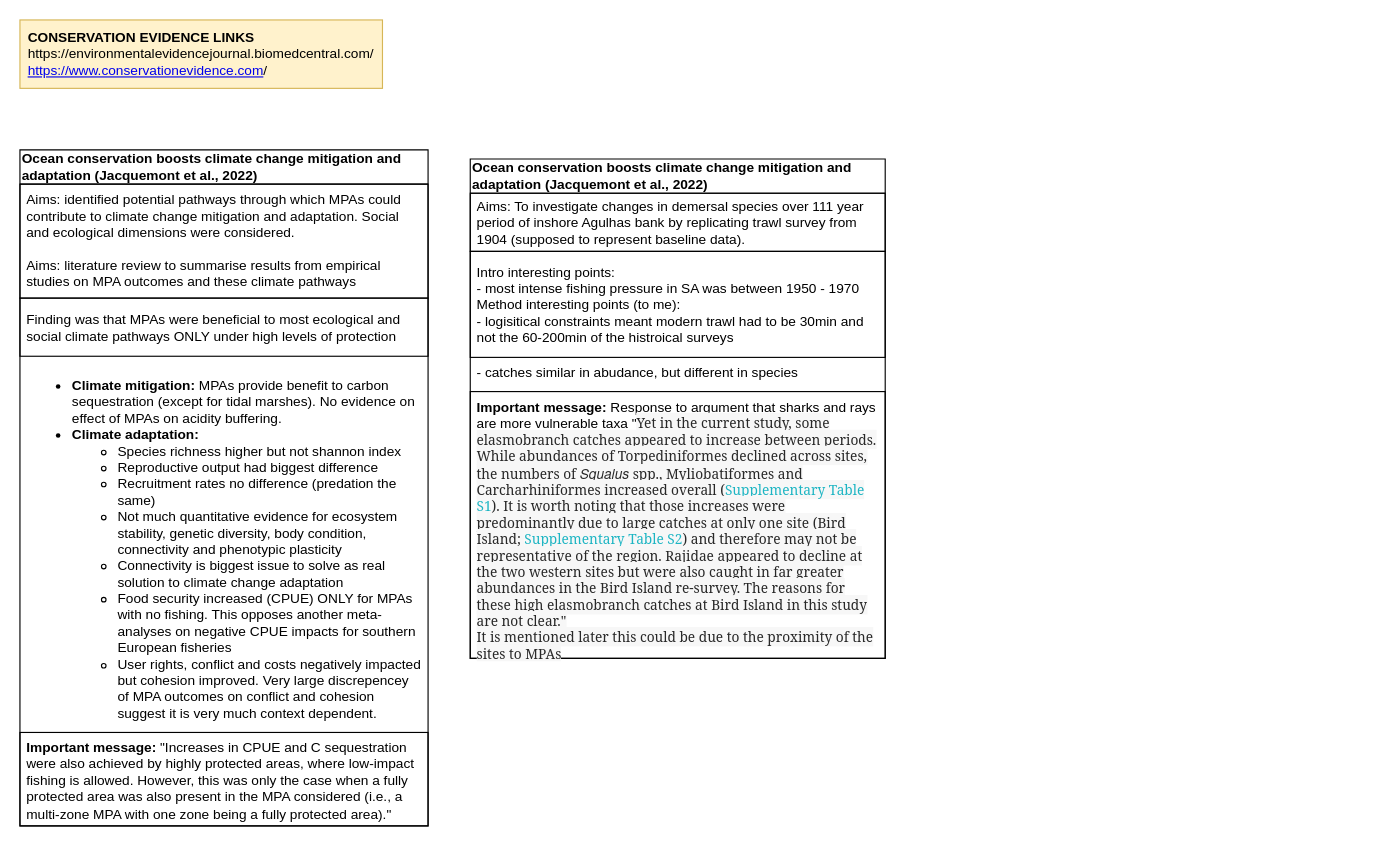
Before: litteraturereview.drawio in ninzyfb/ninzyfb, a draw.io diagram. Source tidied: cells renumbered, new cells numbered last; positions are measured from the earlier drawing's top-left corner, leaving out a move shared by most shapes. Both pictures are drawn from the tidied source at 114%, with x=0, y=0 at pixel (19, 19).
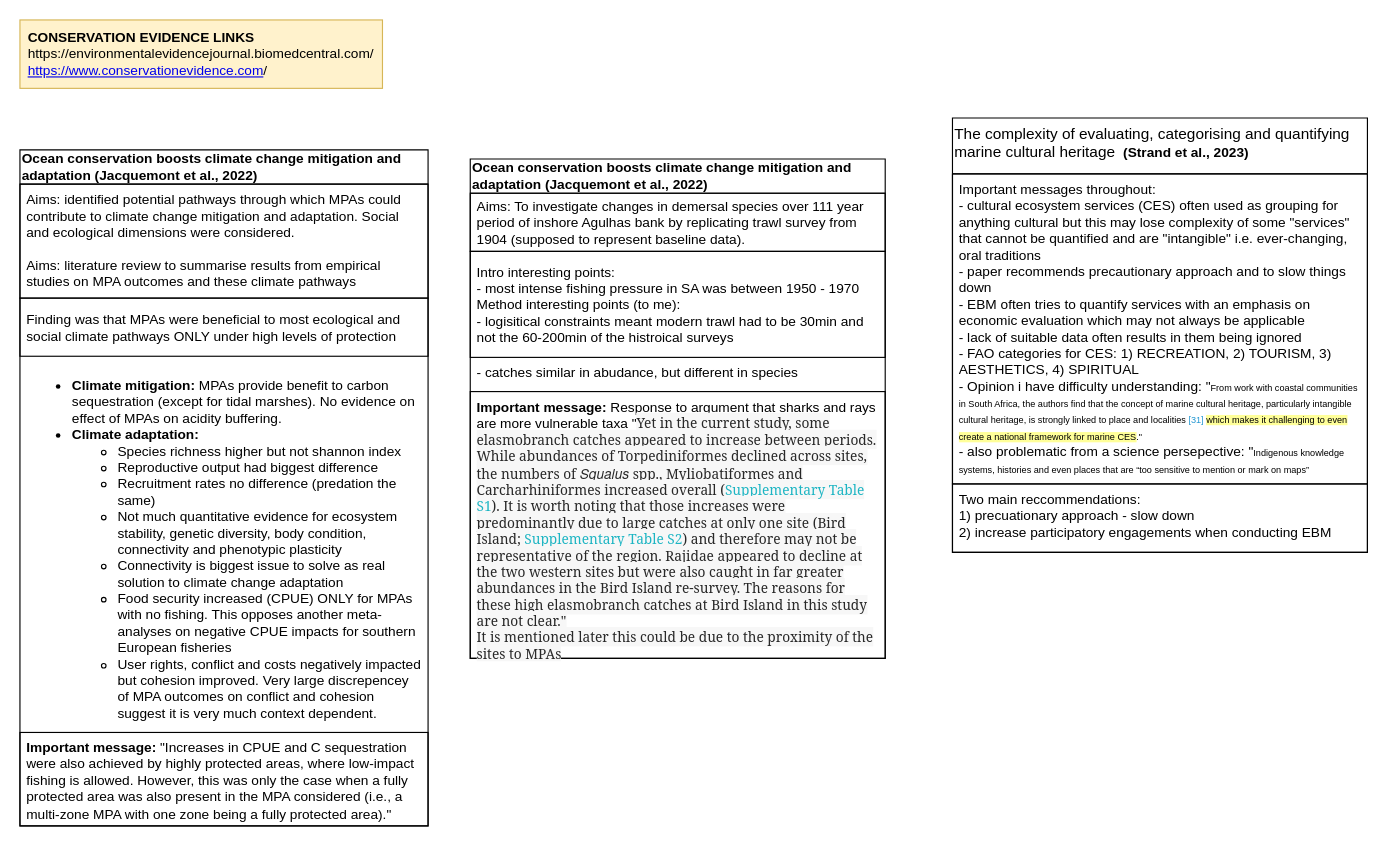
The same diagram, later.

Diff of the diagram source:
```diff
@@
 <mxGraphModel>
   <root>
     <mxCell id="0" />
     <mxCell id="1" parent="0" />
     <mxCell id="2" value="&lt;b&gt;Ocean conservation boosts climate change mitigation and adaptation (Jacquemont et al., 2022)&lt;/b&gt;" style="swimlane;fontStyle=0;horizontal=1;startSize=30;whiteSpace=wrap;html=1;align=left;" parent="1" vertex="1">
       <mxGeometry y="114" width="358" height="593" as="geometry" />
     </mxCell>
     <mxCell id="3" value="Aims: identified potential pathways through which MPAs could contribute to climate change mitigation and adaptation. Social and ecological dimensions were considered.&lt;br&gt;&lt;br&gt;Aims: literature review to summarise results from empirical studies on MPA outcomes and these climate pathways" style="text;strokeColor=default;fillColor=none;align=left;verticalAlign=middle;spacingLeft=4;spacingRight=4;overflow=hidden;whiteSpace=wrap;html=1;shadow=0;" parent="2" vertex="1">
       <mxGeometry y="30" width="358" height="100" as="geometry" />
     </mxCell>
     <mxCell id="4" value="Finding was that MPAs were beneficial to most ecological and social climate pathways ONLY under high levels of protection" style="text;strokeColor=default;fillColor=none;align=left;verticalAlign=middle;spacingLeft=4;spacingRight=4;overflow=hidden;whiteSpace=wrap;html=1;" parent="2" vertex="1">
       <mxGeometry y="130" width="358" height="51" as="geometry" />
     </mxCell>
     <mxCell id="5" value="&lt;ul&gt;&lt;li&gt;&lt;b&gt;Climate mitigation: &lt;/b&gt;MPAs provide benefit to carbon sequestration (except for tidal marshes). No evidence on effect of MPAs on acidity buffering.&lt;/li&gt;&lt;li&gt;&lt;b&gt;Climate adaptation:&amp;nbsp;&lt;/b&gt;&lt;/li&gt;&lt;ul&gt;&lt;li&gt;Species richness higher but not shannon index&lt;/li&gt;&lt;li&gt;Reproductive output had biggest difference&lt;/li&gt;&lt;li&gt;Recruitment rates no difference (predation the same)&lt;/li&gt;&lt;li&gt;Not much quantitative evidence for ecosystem stability, genetic diversity, body condition, connectivity and phenotypic plasticity&lt;/li&gt;&lt;li&gt;Connectivity is biggest issue to solve as real solution to climate change adaptation&lt;/li&gt;&lt;li&gt;Food security increased (CPUE) ONLY for MPAs with no fishing. This opposes another meta-analyses on negative CPUE impacts for southern European fisheries&lt;/li&gt;&lt;li&gt;User rights, conflict and costs negatively impacted but cohesion improved. Very large discrepencey of MPA outcomes on conflict and cohesion suggest it is very much context dependent.&lt;/li&gt;&lt;/ul&gt;&lt;/ul&gt;" style="text;strokeColor=none;fillColor=none;align=left;verticalAlign=top;spacingLeft=4;spacingRight=4;overflow=hidden;whiteSpace=wrap;html=1;labelPosition=center;verticalLabelPosition=middle;" parent="2" vertex="1">
       <mxGeometry y="181" width="358" height="330" as="geometry" />
     </mxCell>
     <mxCell id="6" value="&lt;b&gt;Important message:&lt;/b&gt; &quot;Increases in CPUE and C sequestration were also achieved by highly protected areas, where low-impact fishing is allowed. However, this was only the case when a fully protected area was also present in the MPA considered (i.e., a multi-zone MPA with one zone being a fully protected area).&quot;" style="text;strokeColor=default;fillColor=none;align=left;verticalAlign=top;spacingLeft=4;spacingRight=4;overflow=hidden;whiteSpace=wrap;html=1;labelPosition=center;verticalLabelPosition=middle;" parent="2" vertex="1">
       <mxGeometry y="511" width="358" height="82" as="geometry" />
     </mxCell>
     <mxCell id="7" value="&lt;div style=&quot;text-align: left;&quot;&gt;&lt;b style=&quot;background-color: initial;&quot;&gt;CONSERVATION EVIDENCE LINKS&lt;/b&gt;&lt;/div&gt;&lt;div style=&quot;text-align: left;&quot;&gt;&lt;span style=&quot;background-color: initial;&quot;&gt;https://environmentalevidencejournal.biomedcentral.com/&lt;/span&gt;&lt;/div&gt;&lt;div style=&quot;text-align: left;&quot;&gt;&lt;a style=&quot;background-color: initial; font-family: Calibri; text-size-adjust: auto;&quot; title=&quot;https://www.conservationevidence.com/&quot; target=&quot;_blank&quot; href=&quot;https://www.conservationevidence.com/&quot;&gt;https://www.conservationevidence.com&lt;/a&gt;/&lt;/div&gt;" style="rounded=0;whiteSpace=wrap;html=1;fillColor=#fff2cc;strokeColor=#d6b656;" parent="1" vertex="1">
       <mxGeometry width="318" height="60" as="geometry" />
     </mxCell>
     <mxCell id="8" value="&lt;b&gt;Ocean conservation boosts climate change mitigation and adaptation (Jacquemont et al., 2022)&lt;/b&gt;" style="swimlane;fontStyle=0;horizontal=1;startSize=30;whiteSpace=wrap;html=1;align=left;" parent="1" vertex="1">
       <mxGeometry x="395" y="122" width="364" height="438" as="geometry" />
     </mxCell>
     <mxCell id="9" value="Aims: To investigate changes in demersal species over 111 year period of inshore Agulhas bank by replicating trawl survey from 1904 (supposed to represent baseline data)." style="text;strokeColor=default;fillColor=none;align=left;verticalAlign=middle;spacingLeft=4;spacingRight=4;overflow=hidden;whiteSpace=wrap;html=1;shadow=0;" parent="8" vertex="1">
       <mxGeometry y="30" width="364" height="51" as="geometry" />
     </mxCell>
     <mxCell id="10" value="Intro interesting points:&lt;br&gt;- most intense fishing pressure in SA was between 1950 - 1970&lt;br&gt;Method interesting points (to me):&lt;br&gt;- logisitical constraints meant modern trawl had to be 30min and not the 60-200min of the histroical surveys&lt;br&gt;" style="text;strokeColor=default;fillColor=none;align=left;verticalAlign=middle;spacingLeft=4;spacingRight=4;overflow=hidden;whiteSpace=wrap;html=1;" parent="8" vertex="1">
       <mxGeometry y="81" width="364" height="93" as="geometry" />
     </mxCell>
     <mxCell id="11" value="&lt;div&gt;- catches similar in abudance, but different in species&lt;/div&gt;" style="text;strokeColor=none;fillColor=none;align=left;verticalAlign=top;spacingLeft=4;spacingRight=4;overflow=hidden;whiteSpace=wrap;html=1;labelPosition=center;verticalLabelPosition=middle;" parent="8" vertex="1">
       <mxGeometry y="174" width="364" height="30" as="geometry" />
     </mxCell>
     <mxCell id="12" value="&lt;font style=&quot;font-size: 12px;&quot;&gt;&lt;b&gt;Important message:&lt;/b&gt;&amp;nbsp;Response to argument that sharks and rays are more vulnerable taxa &quot;&lt;span style=&quot;color: rgb(40, 40, 40); font-family: MuseoSans, Georgia, &amp;quot;Times New Roman&amp;quot;, Times, serif; background-color: rgb(247, 247, 247);&quot;&gt;Yet in the current study, some elasmobranch catches appeared to increase between periods. While abundances of Torpediniformes declined across sites, the numbers of&amp;nbsp;&lt;/span&gt;&lt;i style=&quot;box-sizing: border-box; font-family: MuseoSans, HelveticaNeue, Helvetica, sans-serif; color: rgb(40, 40, 40); background-color: rgb(247, 247, 247); outline: 0px !important;&quot;&gt;Squalus&lt;/i&gt;&lt;span style=&quot;color: rgb(40, 40, 40); font-family: MuseoSans, Georgia, &amp;quot;Times New Roman&amp;quot;, Times, serif; background-color: rgb(247, 247, 247);&quot;&gt;&amp;nbsp;spp., Myliobatiformes and Carcharhiniformes increased overall (&lt;/span&gt;&lt;a style=&quot;box-sizing: border-box; background-color: rgb(247, 247, 247); text-decoration-line: none; outline: none; word-break: break-word; hyphens: auto; font-family: MuseoSans, Georgia, &amp;quot;Times New Roman&amp;quot;, Times, serif; color: rgb(29, 181, 195) !important;&quot; href=&quot;https://www.frontiersin.org/articles/10.3389/fmars.2020.00355/full#S11&quot;&gt;Supplementary Table S1&lt;/a&gt;&lt;span style=&quot;color: rgb(40, 40, 40); font-family: MuseoSans, Georgia, &amp;quot;Times New Roman&amp;quot;, Times, serif; background-color: rgb(247, 247, 247);&quot;&gt;). It is worth noting that those increases were predominantly due to large catches at only one site (Bird Island;&amp;nbsp;&lt;/span&gt;&lt;a style=&quot;box-sizing: border-box; background-color: rgb(247, 247, 247); text-decoration-line: none; outline: none; word-break: break-word; hyphens: auto; font-family: MuseoSans, Georgia, &amp;quot;Times New Roman&amp;quot;, Times, serif; color: rgb(29, 181, 195) !important;&quot; href=&quot;https://www.frontiersin.org/articles/10.3389/fmars.2020.00355/full#S11&quot;&gt;Supplementary Table S2&lt;/a&gt;&lt;span style=&quot;color: rgb(40, 40, 40); font-family: MuseoSans, Georgia, &amp;quot;Times New Roman&amp;quot;, Times, serif; background-color: rgb(247, 247, 247);&quot;&gt;) and therefore may not be representative of the region. Rajidae appeared to decline at the two western sites but were also caught in far greater abundances in the Bird Island re-survey. The reasons for these high elasmobranch catches at Bird Island in this study are not clear.&quot;&lt;br&gt;It is mentioned later this could be due to the proximity of the sites to MPAs&lt;br&gt;&lt;/span&gt;&lt;/font&gt;" style="text;strokeColor=default;fillColor=none;align=left;verticalAlign=top;spacingLeft=4;spacingRight=4;overflow=hidden;whiteSpace=wrap;html=1;labelPosition=center;verticalLabelPosition=middle;" parent="8" vertex="1">
       <mxGeometry y="204" width="364" height="234" as="geometry" />
     </mxCell>
+    <mxCell id="13" value="&lt;span style=&quot;font-size: 13.5px; background-color: initial;&quot;&gt;The complexity of evaluating, categorising and quantifying marine cultural heritage&lt;/span&gt;&lt;span style=&quot;font-size: 13.5px; background-color: initial;&quot; class=&quot;Apple-converted-space&quot;&gt;&amp;nbsp;&lt;/span&gt;&lt;b&gt;&amp;nbsp;(Strand et al., 2023)&lt;/b&gt;" style="swimlane;fontStyle=0;horizontal=1;startSize=49;whiteSpace=wrap;html=1;align=left;verticalAlign=top;" parent="1" vertex="1">
+      <mxGeometry x="818" y="86" width="364" height="381" as="geometry" />
+    </mxCell>
+    <mxCell id="14" value="Important messages throughout:&lt;br&gt;- cultural ecosystem services (CES) often used as grouping for anything cultural but this may lose complexity of some &quot;services&quot; that cannot be quantified and are &quot;intangible&quot; i.e. ever-changing, oral traditions&lt;br&gt;- paper recommends precautionary approach and to slow things down&lt;br&gt;- EBM often tries to quantify services with an emphasis on economic evaluation which may not always be applicable&lt;br&gt;- lack of suitable data often results in them being ignored&lt;br&gt;- FAO categories for CES: 1) RECREATION, 2) TOURISM, 3) AESTHETICS, 4) SPIRITUAL&lt;br&gt;- Opinion i have difficulty understanding: &quot;&lt;span style=&quot;font-size: 8px; background-color: initial;&quot;&gt;From work with coastal communities in South Africa, the authors find that the concept of marine cultural heritage, particularly intangible cultural heritage, is strongly linked to place and localities &lt;/span&gt;&lt;span style=&quot;font-size: 8px; background-color: initial; color: rgb(33, 150, 209);&quot; class=&quot;s1&quot;&gt;[31] &lt;/span&gt;&lt;span style=&quot;font-size: 8px; background-color: rgb(255, 255, 153);&quot;&gt;which makes it challenging to even create a national framework for marine CES&lt;/span&gt;&lt;span style=&quot;font-size: 8px; background-color: initial;&quot;&gt;.&lt;/span&gt;&lt;span style=&quot;font-size: 8px; background-color: initial;&quot; class=&quot;Apple-converted-space&quot;&gt;&quot;&lt;br&gt;&lt;/span&gt;- also problematic from a science persepective: &quot;&lt;span style=&quot;font-size: 8px; background-color: initial;&quot;&gt;Indigenous knowledge systems, histories and even places that are “too sensitive to mention or mark on maps”&lt;/span&gt;&lt;span style=&quot;font-size: 8px; background-color: initial;&quot; class=&quot;Apple-converted-space&quot;&gt;&amp;nbsp;&lt;br&gt;&lt;/span&gt;&amp;nbsp;&lt;br&gt;&lt;br&gt;" style="text;strokeColor=default;fillColor=none;align=left;verticalAlign=top;spacingLeft=4;spacingRight=4;overflow=hidden;whiteSpace=wrap;html=1;" parent="13" vertex="1">
+      <mxGeometry y="49" width="364" height="272" as="geometry" />
+    </mxCell>
+    <mxCell id="15" value="Two main reccommendations:&lt;br&gt;1) precuationary approach - slow down&lt;br&gt;2) increase participatory engagements when conducting EBM" style="text;strokeColor=default;fillColor=none;align=left;verticalAlign=top;spacingLeft=4;spacingRight=4;overflow=hidden;whiteSpace=wrap;html=1;" parent="13" vertex="1">
+      <mxGeometry y="321" width="364" height="60" as="geometry" />
+    </mxCell>
   </root>
 </mxGraphModel>
```
